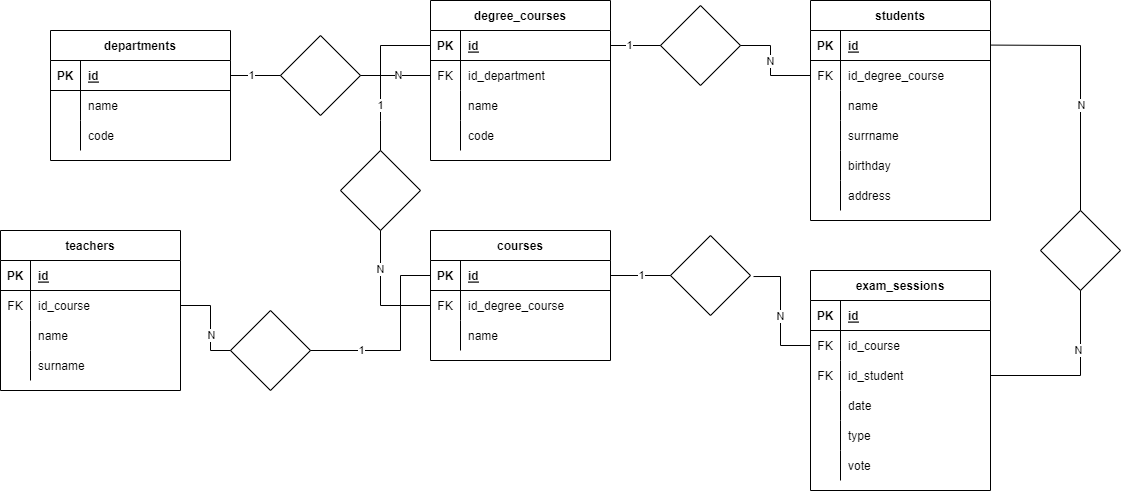
Before: uni.drawio.png, a diagram exported from draw.io (matteotagliatti/db-university). Source tidied: cells renumbered, new cells last; positions are measured from the earlier drawing's top-left corner, leaving out a move shared by most shapes.
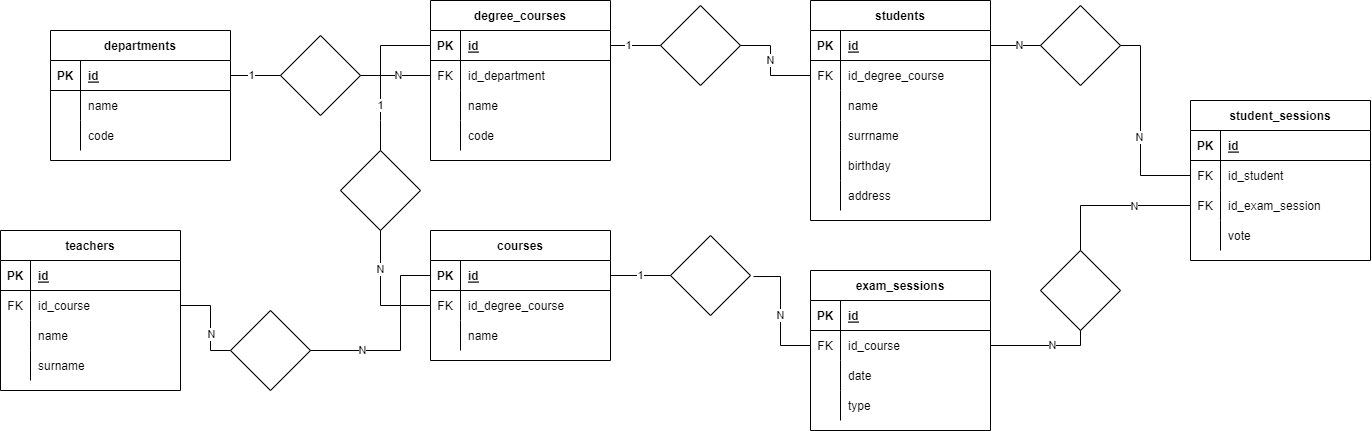
Above is the later version.

Commit message:
update with student session and small tweaks

Change to the diagram source:
```diff
@@ -287,11 +287,11 @@
         </Array>
       </mxGeometry>
     </mxCell>
-    <mxCell id="86" value="1" style="edgeLabel;html=1;align=center;verticalAlign=middle;" parent="85" vertex="1">
+    <mxCell id="86" value="N" style="edgeLabel;html=1;align=center;verticalAlign=middle;" parent="85" vertex="1">
       <mxGeometry x="0.48" relative="1" as="geometry" />
     </mxCell>
     <mxCell id="87" value="exam_sessions" style="shape=table;startSize=30;rowLines=0;fontStyle=1;align=center;labelBackgroundColor=#FFFFFF;" parent="1" vertex="1">
-      <mxGeometry x="810" y="270" width="180" height="220" as="geometry" />
+      <mxGeometry x="810" y="270" width="180" height="160" as="geometry" />
     </mxCell>
     <mxCell id="88" style="shape=tableRow;horizontal=0;startSize=0;swimlaneHead=0;swimlaneBody=0;fillColor=none;top=0;left=0;right=0;bottom=1;labelBackgroundColor=#FFFFFF;" parent="87" vertex="1">
       <mxGeometry y="30" width="180" height="30" as="geometry" />
@@ -311,17 +311,8 @@
     <mxCell id="93" value="id_course" style="shape=partialRectangle;fillColor=none;top=0;left=0;bottom=0;right=0;align=left;spacingLeft=6;overflow=hidden;labelBackgroundColor=#FFFFFF;" parent="91" vertex="1">
       <mxGeometry x="30" width="150" height="30" as="geometry" />
     </mxCell>
-    <mxCell id="94" style="shape=tableRow;horizontal=0;startSize=0;swimlaneHead=0;swimlaneBody=0;fillColor=none;points=[[0,0.5],[1,0.5]];portConstraint=eastwest;top=0;left=0;right=0;bottom=0;labelBackgroundColor=#FFFFFF;" parent="87" vertex="1">
-      <mxGeometry y="90" width="180" height="30" as="geometry" />
-    </mxCell>
-    <mxCell id="95" value="FK" style="shape=partialRectangle;fillColor=none;top=0;left=0;bottom=0;right=0;overflow=hidden;labelBackgroundColor=#FFFFFF;" parent="94" vertex="1">
-      <mxGeometry width="30" height="30" as="geometry" />
-    </mxCell>
-    <mxCell id="96" value="id_student" style="shape=partialRectangle;fillColor=none;top=0;left=0;bottom=0;right=0;align=left;spacingLeft=6;overflow=hidden;labelBackgroundColor=#FFFFFF;" parent="94" vertex="1">
-      <mxGeometry x="30" width="150" height="30" as="geometry" />
-    </mxCell>
     <mxCell id="97" style="shape=tableRow;horizontal=0;startSize=0;swimlaneHead=0;swimlaneBody=0;fillColor=none;top=0;left=0;right=0;bottom=0;labelBackgroundColor=#FFFFFF;" parent="87" vertex="1">
-      <mxGeometry y="120" width="180" height="30" as="geometry" />
+      <mxGeometry y="90" width="180" height="30" as="geometry" />
     </mxCell>
     <mxCell id="98" style="shape=partialRectangle;fillColor=none;top=0;left=0;bottom=0;right=0;overflow=hidden;labelBackgroundColor=#FFFFFF;" parent="97" vertex="1">
       <mxGeometry width="30" height="30" as="geometry" />
@@ -330,7 +321,7 @@
       <mxGeometry x="30" width="150" height="30" as="geometry" />
     </mxCell>
     <mxCell id="100" style="shape=tableRow;horizontal=0;startSize=0;swimlaneHead=0;swimlaneBody=0;fillColor=none;top=0;left=0;right=0;bottom=0;labelBackgroundColor=#FFFFFF;" parent="87" vertex="1">
-      <mxGeometry y="150" width="180" height="30" as="geometry" />
+      <mxGeometry y="120" width="180" height="30" as="geometry" />
     </mxCell>
     <mxCell id="101" style="shape=partialRectangle;fillColor=none;top=0;left=0;bottom=0;right=0;overflow=hidden;labelBackgroundColor=#FFFFFF;" parent="100" vertex="1">
       <mxGeometry width="30" height="30" as="geometry" />
@@ -338,39 +329,6 @@
     <mxCell id="102" value="type" style="shape=partialRectangle;fillColor=none;top=0;left=0;bottom=0;right=0;align=left;spacingLeft=6;overflow=hidden;labelBackgroundColor=#FFFFFF;" parent="100" vertex="1">
       <mxGeometry x="30" width="150" height="30" as="geometry" />
     </mxCell>
-    <mxCell id="103" style="shape=tableRow;horizontal=0;startSize=0;swimlaneHead=0;swimlaneBody=0;fillColor=none;top=0;left=0;right=0;bottom=0;labelBackgroundColor=#FFFFFF;" parent="87" vertex="1">
-      <mxGeometry y="180" width="180" height="30" as="geometry" />
-    </mxCell>
-    <mxCell id="104" style="shape=partialRectangle;fillColor=none;top=0;left=0;bottom=0;right=0;overflow=hidden;labelBackgroundColor=#FFFFFF;" parent="103" vertex="1">
-      <mxGeometry width="30" height="30" as="geometry" />
-    </mxCell>
-    <mxCell id="105" value="vote" style="shape=partialRectangle;fillColor=none;top=0;left=0;bottom=0;right=0;align=left;spacingLeft=6;overflow=hidden;labelBackgroundColor=#FFFFFF;" parent="103" vertex="1">
-      <mxGeometry x="30" width="150" height="30" as="geometry" />
-    </mxCell>
-    <mxCell id="106" style="rhombus;whiteSpace=wrap;html=1;" parent="1" vertex="1">
-      <mxGeometry x="1040" y="210" width="80" height="80" as="geometry" />
-    </mxCell>
-    <mxCell id="107" style="endArrow=none;html=1;rounded=0;entryX=0.5;entryY=0;entryDx=0;entryDy=0;" parent="1" edge="1" target="106">
-      <mxGeometry relative="1" as="geometry">
-        <mxPoint x="990" y="44.6" as="sourcePoint" />
-        <Array as="points">
-          <mxPoint x="1080" y="45" />
-        </Array>
-      </mxGeometry>
-    </mxCell>
-    <mxCell id="108" value="N" style="edgeLabel;html=1;align=center;verticalAlign=middle;" parent="107" vertex="1">
-      <mxGeometry x="0.17" y="1" relative="1" as="geometry" />
-    </mxCell>
-    <mxCell id="109" style="endArrow=none;html=1;rounded=0;entryX=0.5;entryY=1;entryDx=0;entryDy=0;exitX=1;exitY=0.5;exitDx=0;exitDy=0;" parent="1" edge="1" source="94" target="106">
-      <mxGeometry relative="1" as="geometry">
-        <Array as="points">
-          <mxPoint x="1080" y="375" />
-        </Array>
-      </mxGeometry>
-    </mxCell>
-    <mxCell id="110" value="N" style="edgeLabel;html=1;align=center;verticalAlign=middle;" parent="109" vertex="1">
-      <mxGeometry x="0.33" y="2" relative="1" as="geometry" />
-    </mxCell>
     <mxCell id="111" style="endArrow=none;html=1;rounded=0;exitX=1;exitY=0.5;exitDx=0;exitDy=0;entryX=0;entryY=0.5;entryDx=0;entryDy=0;" parent="1" edge="1" source="44" target="113">
       <mxGeometry relative="1" as="geometry">
         <Array as="points">
@@ -397,5 +355,89 @@
     <mxCell id="115" value="N" style="edgeLabel;html=1;align=center;verticalAlign=middle;" parent="114" vertex="1">
       <mxGeometry x="0.05" relative="1" as="geometry" />
     </mxCell>
+    <mxCell id="116" style="rhombus;whiteSpace=wrap;html=1;" parent="1" vertex="1">
+      <mxGeometry x="1040" y="5" width="80" height="80" as="geometry" />
+    </mxCell>
+    <mxCell id="117" style="endArrow=none;html=1;rounded=0;exitX=1;exitY=0.5;exitDx=0;exitDy=0;entryX=0;entryY=0.5;entryDx=0;entryDy=0;" parent="1" edge="1" source="54" target="116">
+      <mxGeometry relative="1" as="geometry" />
+    </mxCell>
+    <mxCell id="118" value="N" style="edgeLabel;html=1;align=center;verticalAlign=middle;" parent="117" vertex="1">
+      <mxGeometry x="-0.39" relative="1" as="geometry">
+        <mxPoint x="14" as="offset" />
+      </mxGeometry>
+    </mxCell>
+    <mxCell id="119" style="endArrow=none;html=1;rounded=0;exitX=1;exitY=0.5;exitDx=0;exitDy=0;entryX=0;entryY=0.5;entryDx=0;entryDy=0;" parent="1" edge="1" source="116" target="130">
+      <mxGeometry relative="1" as="geometry">
+        <Array as="points">
+          <mxPoint x="1140" y="45" />
+          <mxPoint x="1140" y="175" />
+        </Array>
+      </mxGeometry>
+    </mxCell>
+    <mxCell id="120" value="N" style="edgeLabel;html=1;align=center;verticalAlign=middle;" parent="119" vertex="1">
+      <mxGeometry x="0.11" y="-1" relative="1" as="geometry" />
+    </mxCell>
+    <mxCell id="121" style="rhombus;whiteSpace=wrap;html=1;" parent="1" vertex="1">
+      <mxGeometry x="1040" y="250" width="80" height="80" as="geometry" />
+    </mxCell>
+    <mxCell id="122" style="endArrow=none;html=1;rounded=0;entryX=0;entryY=0.5;entryDx=0;entryDy=0;exitX=0.5;exitY=0;exitDx=0;exitDy=0;" parent="1" edge="1" source="121" target="132">
+      <mxGeometry relative="1" as="geometry">
+        <Array as="points">
+          <mxPoint x="1080" y="205" />
+        </Array>
+      </mxGeometry>
+    </mxCell>
+    <mxCell id="123" value="N" style="edgeLabel;html=1;align=center;verticalAlign=middle;" parent="122" vertex="1">
+      <mxGeometry x="0.27" y="-1" relative="1" as="geometry" />
+    </mxCell>
+    <mxCell id="124" style="endArrow=none;html=1;rounded=0;entryX=0.5;entryY=1;entryDx=0;entryDy=0;exitX=1;exitY=0.5;exitDx=0;exitDy=0;" parent="1" edge="1" source="91" target="121">
+      <mxGeometry relative="1" as="geometry">
+        <Array as="points">
+          <mxPoint x="1080" y="345" />
+        </Array>
+      </mxGeometry>
+    </mxCell>
+    <mxCell id="125" value="N" style="edgeLabel;html=1;align=center;verticalAlign=middle;" parent="124" vertex="1">
+      <mxGeometry x="0.18" relative="1" as="geometry" />
+    </mxCell>
+    <mxCell id="126" value="student_sessions" style="shape=table;startSize=30;rowLines=0;fontStyle=1;align=center;" parent="1" vertex="1">
+      <mxGeometry x="1190" y="100" width="180" height="160" as="geometry" />
+    </mxCell>
+    <mxCell id="127" style="shape=tableRow;horizontal=0;startSize=0;swimlaneHead=0;swimlaneBody=0;fillColor=none;top=0;left=0;right=0;bottom=1;" parent="126" vertex="1">
+      <mxGeometry y="30" width="180" height="30" as="geometry" />
+    </mxCell>
+    <mxCell id="128" value="PK" style="shape=partialRectangle;fillColor=none;top=0;left=0;bottom=0;right=0;fontStyle=1;overflow=hidden;" parent="127" vertex="1">
+      <mxGeometry width="30" height="30" as="geometry" />
+    </mxCell>
+    <mxCell id="129" value="id" style="shape=partialRectangle;fillColor=none;top=0;left=0;bottom=0;right=0;align=left;spacingLeft=6;fontStyle=5;overflow=hidden;" parent="127" vertex="1">
+      <mxGeometry x="30" width="150" height="30" as="geometry" />
+    </mxCell>
+    <mxCell id="130" style="shape=tableRow;horizontal=0;startSize=0;swimlaneHead=0;swimlaneBody=0;fillColor=none;points=[[0,0.5],[1,0.5]];portConstraint=eastwest;top=0;left=0;right=0;bottom=0;" parent="126" vertex="1">
+      <mxGeometry y="60" width="180" height="30" as="geometry" />
+    </mxCell>
+    <mxCell id="131" value="FK" style="shape=partialRectangle;fillColor=none;top=0;left=0;bottom=0;right=0;overflow=hidden;" parent="130" vertex="1">
+      <mxGeometry width="30" height="30" as="geometry" />
+    </mxCell>
+    <mxCell id="96" value="id_student" style="shape=partialRectangle;fillColor=none;top=0;left=0;bottom=0;right=0;align=left;spacingLeft=6;overflow=hidden;" parent="130" vertex="1">
+      <mxGeometry x="30" width="150" height="30" as="geometry" />
+    </mxCell>
+    <mxCell id="132" style="shape=tableRow;horizontal=0;startSize=0;swimlaneHead=0;swimlaneBody=0;fillColor=none;points=[[0,0.5],[1,0.5]];portConstraint=eastwest;top=0;left=0;right=0;bottom=0;" parent="126" vertex="1">
+      <mxGeometry y="90" width="180" height="30" as="geometry" />
+    </mxCell>
+    <mxCell id="133" value="FK" style="shape=partialRectangle;fillColor=none;top=0;left=0;bottom=0;right=0;overflow=hidden;" parent="132" vertex="1">
+      <mxGeometry width="30" height="30" as="geometry" />
+    </mxCell>
+    <mxCell id="134" value="id_exam_session" style="shape=partialRectangle;fillColor=none;top=0;left=0;bottom=0;right=0;align=left;spacingLeft=6;overflow=hidden;" parent="132" vertex="1">
+      <mxGeometry x="30" width="150" height="30" as="geometry" />
+    </mxCell>
+    <mxCell id="135" style="shape=tableRow;horizontal=0;startSize=0;swimlaneHead=0;swimlaneBody=0;fillColor=none;top=0;left=0;right=0;bottom=0;" parent="126" vertex="1">
+      <mxGeometry y="120" width="180" height="30" as="geometry" />
+    </mxCell>
+    <mxCell id="136" style="shape=partialRectangle;fillColor=none;top=0;left=0;bottom=0;right=0;overflow=hidden;" parent="135" vertex="1">
+      <mxGeometry width="30" height="30" as="geometry" />
+    </mxCell>
+    <mxCell id="105" value="vote" style="shape=partialRectangle;fillColor=none;top=0;left=0;bottom=0;right=0;align=left;spacingLeft=6;overflow=hidden;" parent="135" vertex="1">
+      <mxGeometry x="30" width="150" height="30" as="geometry" />
+    </mxCell>
   </root>
 </mxGraphModel>
```
